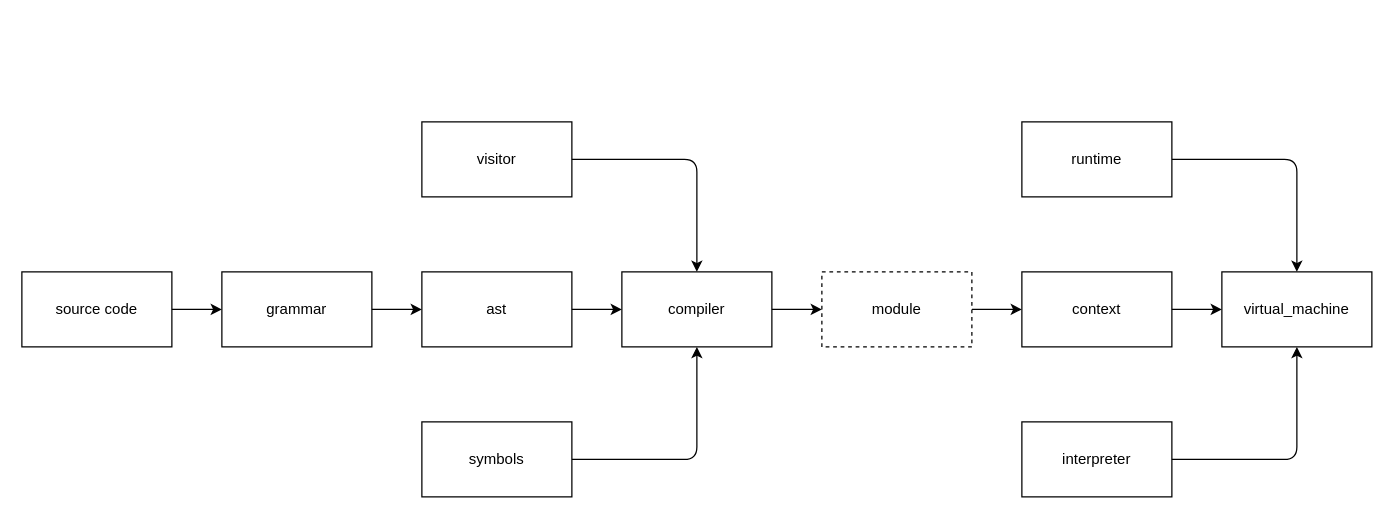
Before: doc/graph.drawio in xenginez/XScript, a draw.io diagram. Source tidied: cells renumbered, new cells numbered last; positions are measured from the earlier drawing's top-left corner, leaving out a move shared by most shapes. Both pictures are drawn from the tidied source at 125%, with x=0, y=0 at pixel (21, 121).
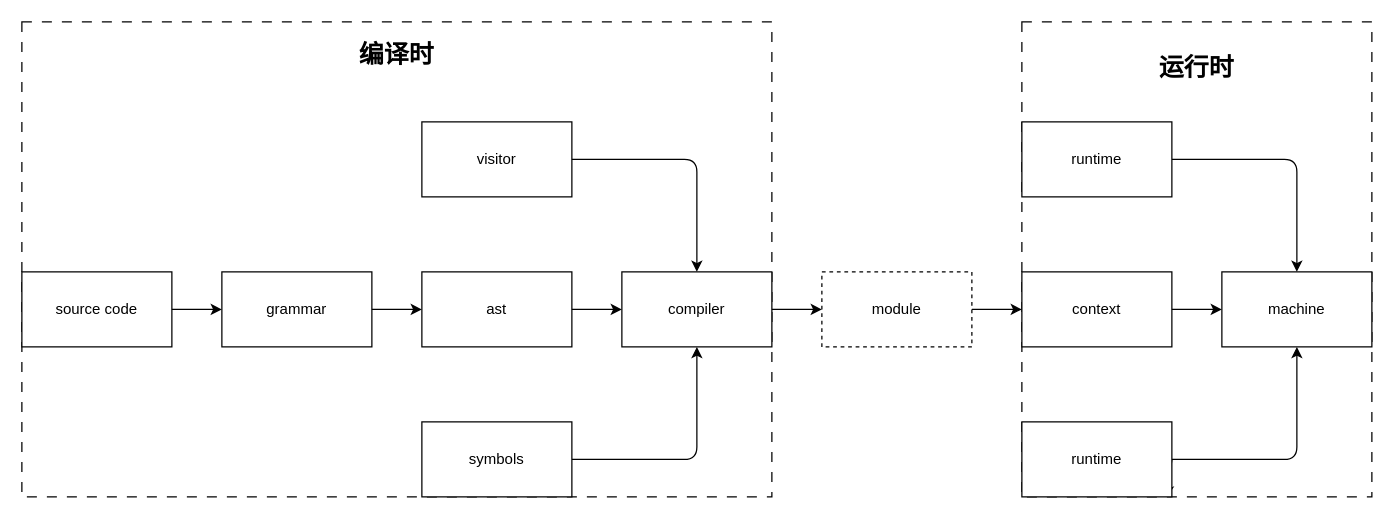
The same diagram, later.

Unchanged cells that the change refers to:
```xml
<mxCell id="8" value="compiler" style="rounded=0;whiteSpace=wrap;html=1;" parent="1" vertex="1">
  <mxGeometry x="480" y="120" width="120" height="60" as="geometry" />
</mxCell>
<mxCell id="10" value="module" style="rounded=0;whiteSpace=wrap;html=1;dashed=1;" parent="1" vertex="1">
  <mxGeometry x="640" y="120" width="120" height="60" as="geometry" />
</mxCell>
<mxCell id="14" value="context" style="rounded=0;whiteSpace=wrap;html=1;" parent="1" vertex="1">
  <mxGeometry x="800" y="120" width="120" height="60" as="geometry" />
</mxCell>
```

What changed in the source:
```diff
@@
-    <mxCell id="2" style="edgeStyle=orthogonalEdgeStyle;html=1;exitX=1;exitY=0.5;exitDx=0;exitDy=0;entryX=0;entryY=0.5;entryDx=0;entryDy=0;" parent="1" edge="1" source="10" target="14">
-      <mxGeometry relative="1" as="geometry" />
-    </mxCell>
+    <mxCell id="23" style="group;" parent="1" vertex="1">
+      <mxGeometry x="800" y="-80" width="280" height="380" as="geometry" />
+    </mxCell>
+    <mxCell id="24" style="rounded=0;whiteSpace=wrap;html=1;dashed=1;dashPattern=8 8;" parent="23" vertex="1">
+      <mxGeometry width="280" height="380" as="geometry" />
+    </mxCell>
+    <mxCell id="25" value="运行时" style="text;html=1;strokeColor=none;fillColor=none;align=center;verticalAlign=middle;whiteSpace=wrap;rounded=0;fontStyle=1;fontSize=20;" parent="23" vertex="1">
+      <mxGeometry x="90" y="14.6" width="100" height="43.8" as="geometry" />
+    </mxCell>
+    <mxCell id="26" style="group;" parent="1" vertex="1">
+      <mxGeometry y="-80" width="600" height="380" as="geometry" />
+    </mxCell>
+    <mxCell id="27" style="rounded=0;whiteSpace=wrap;html=1;dashed=1;dashPattern=8 8;" parent="26" vertex="1">
+      <mxGeometry width="600" height="380" as="geometry" />
+    </mxCell>
+    <mxCell id="28" value="编译时" style="text;html=1;strokeColor=none;fillColor=none;align=center;verticalAlign=middle;whiteSpace=wrap;rounded=0;fontStyle=1;fontSize=20;" parent="26" vertex="1">
+      <mxGeometry x="250" y="10" width="100" height="30" as="geometry" />
+    </mxCell>
@@
+    <mxCell id="19" style="edgeStyle=orthogonalEdgeStyle;html=1;exitX=1;exitY=0.5;exitDx=0;exitDy=0;entryX=0.5;entryY=0;entryDx=0;entryDy=0;" parent="1" edge="1" source="20" target="8">
+      <mxGeometry relative="1" as="geometry" />
+    </mxCell>
+    <mxCell id="20" value="visitor" style="rounded=0;whiteSpace=wrap;html=1;shadow=0;glass=0;sketch=0;fillStyle=solid;strokeColor=default;fillColor=none;gradientColor=none;" parent="1" vertex="1">
+      <mxGeometry x="320" width="120" height="60" as="geometry" />
+    </mxCell>
+    <mxCell id="2" style="edgeStyle=orthogonalEdgeStyle;html=1;exitX=1;exitY=0.5;exitDx=0;exitDy=0;entryX=0;entryY=0.5;entryDx=0;entryDy=0;" parent="1" edge="1" source="10" target="14">
+      <mxGeometry relative="1" as="geometry" />
+    </mxCell>
@@
-    <mxCell id="15" value="virtual_machine" style="rounded=0;whiteSpace=wrap;html=1;" parent="1" vertex="1">
+    <mxCell id="15" value="machine" style="rounded=0;whiteSpace=wrap;html=1;" parent="1" vertex="1">
       <mxGeometry x="960" y="120" width="120" height="60" as="geometry" />
     </mxCell>
@@
-    <mxCell id="19" style="edgeStyle=orthogonalEdgeStyle;html=1;exitX=1;exitY=0.5;exitDx=0;exitDy=0;entryX=0.5;entryY=0;entryDx=0;entryDy=0;" parent="1" edge="1" source="20" target="8">
-      <mxGeometry relative="1" as="geometry" />
-    </mxCell>
-    <mxCell id="20" value="visitor" style="rounded=0;whiteSpace=wrap;html=1;shadow=0;glass=0;sketch=0;fillStyle=solid;strokeColor=default;fillColor=none;gradientColor=none;" parent="1" vertex="1">
-      <mxGeometry x="320" width="120" height="60" as="geometry" />
-    </mxCell>
-    <mxCell id="21" style="edgeStyle=orthogonalEdgeStyle;html=1;exitX=1;exitY=0.5;exitDx=0;exitDy=0;entryX=0.5;entryY=1;entryDx=0;entryDy=0;" parent="1" edge="1" source="22" target="15">
-      <mxGeometry relative="1" as="geometry" />
-    </mxCell>
-    <mxCell id="22" value="interpreter" style="rounded=0;whiteSpace=wrap;html=1;shadow=0;glass=0;sketch=0;fillStyle=solid;strokeColor=default;fillColor=none;gradientColor=none;" parent="1" vertex="1">
-      <mxGeometry x="800" y="240" width="120" height="60" as="geometry" />
-    </mxCell>
+    <mxCell id="29" style="edgeStyle=none;html=1;exitX=1;exitY=0.5;exitDx=0;exitDy=0;fontFamily=Helvetica;fontSize=20;fontColor=default;" parent="1" edge="1" source="31" target="24">
+      <mxGeometry relative="1" as="geometry" />
+    </mxCell>
+    <mxCell id="30" style="edgeStyle=orthogonalEdgeStyle;html=1;exitX=1;exitY=0.5;exitDx=0;exitDy=0;entryX=0.5;entryY=1;entryDx=0;entryDy=0;fontFamily=Helvetica;fontSize=20;fontColor=default;" parent="1" edge="1" source="31" target="15">
+      <mxGeometry relative="1" as="geometry" />
+    </mxCell>
+    <mxCell id="31" value="runtime" style="rounded=0;whiteSpace=wrap;html=1;" parent="1" vertex="1">
+      <mxGeometry x="800" y="240" width="120" height="60" as="geometry" />
+    </mxCell>
```
